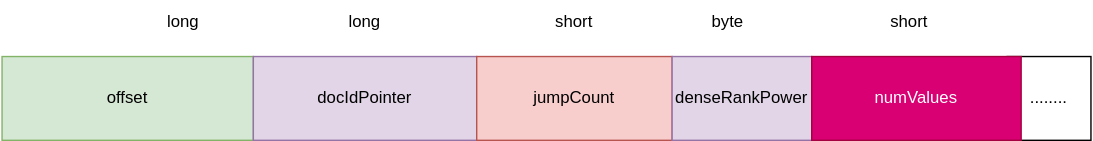
This is lucene/class/codecs/dvm-number.svg from liooyan/notes, a draw.io export, as it was before one commit. Source tidied: cells renumbered, new cells last; positions are measured from the earlier drawing's top-left corner, leaving out a move shared by most shapes. The source it was exported from:
```xml
<mxGraphModel>
  <root>
    <mxCell id="0" />
    <mxCell id="1" parent="0" />
    <mxCell id="2" value="offset" style="rounded=0;whiteSpace=wrap;html=1;fillColor=#d5e8d4;strokeColor=#82b366;" parent="1" vertex="1">
      <mxGeometry y="40" width="180" height="60" as="geometry" />
    </mxCell>
    <mxCell id="3" value="docIdPointer" style="rounded=0;whiteSpace=wrap;html=1;fillColor=#e1d5e7;strokeColor=#9673a6;" parent="1" vertex="1">
      <mxGeometry x="180" y="40" width="160" height="60" as="geometry" />
    </mxCell>
    <mxCell id="4" value="jumpCount" style="rounded=0;whiteSpace=wrap;html=1;fillColor=#f8cecc;strokeColor=#b85450;" parent="1" vertex="1">
      <mxGeometry x="340" y="40" width="140" height="60" as="geometry" />
    </mxCell>
    <mxCell id="5" value="long" style="text;html=1;strokeColor=none;fillColor=none;align=center;verticalAlign=middle;whiteSpace=wrap;rounded=0;" parent="1" vertex="1">
      <mxGeometry x="100" width="60" height="30" as="geometry" />
    </mxCell>
    <mxCell id="6" value="long" style="text;html=1;strokeColor=none;fillColor=none;align=center;verticalAlign=middle;whiteSpace=wrap;rounded=0;" parent="1" vertex="1">
      <mxGeometry x="230" width="60" height="30" as="geometry" />
    </mxCell>
    <mxCell id="7" value="short" style="text;html=1;strokeColor=none;fillColor=none;align=center;verticalAlign=middle;whiteSpace=wrap;rounded=0;" parent="1" vertex="1">
      <mxGeometry x="380" width="60" height="30" as="geometry" />
    </mxCell>
    <mxCell id="8" value="denseRankPower" style="rounded=0;whiteSpace=wrap;html=1;fillColor=#e1d5e7;strokeColor=#9673a6;" parent="1" vertex="1">
      <mxGeometry x="480" y="40" width="100" height="60" as="geometry" />
    </mxCell>
    <mxCell id="9" value="byte" style="text;html=1;strokeColor=none;fillColor=none;align=center;verticalAlign=middle;whiteSpace=wrap;rounded=0;" parent="1" vertex="1">
      <mxGeometry x="490" width="60" height="30" as="geometry" />
    </mxCell>
    <mxCell id="10" value="........" style="rounded=0;whiteSpace=wrap;html=1;" parent="1" vertex="1">
      <mxGeometry x="720" y="40" width="60" height="60" as="geometry" />
    </mxCell>
    <mxCell id="11" value="numValues" style="rounded=0;whiteSpace=wrap;html=1;fillColor=#d80073;strokeColor=#A50040;fontColor=#ffffff;" parent="1" vertex="1">
      <mxGeometry x="580" y="40" width="150" height="60" as="geometry" />
    </mxCell>
    <mxCell id="12" value="short" style="text;html=1;strokeColor=none;fillColor=none;align=center;verticalAlign=middle;whiteSpace=wrap;rounded=0;" parent="1" vertex="1">
      <mxGeometry x="620" width="60" height="30" as="geometry" />
    </mxCell>
  </root>
</mxGraphModel>
```
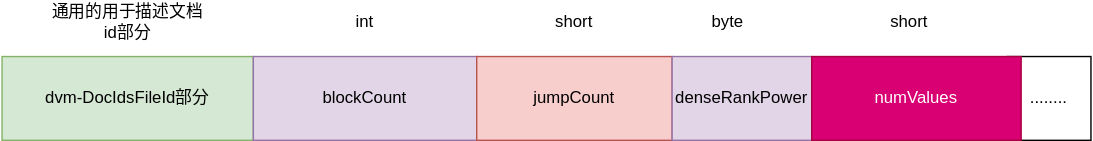
The same diagram one commit later.

The edit, as a diff of the source:
```diff
@@ -2,19 +2,19 @@
   <root>
     <mxCell id="0" />
     <mxCell id="1" parent="0" />
-    <mxCell id="2" value="offset" style="rounded=0;whiteSpace=wrap;html=1;fillColor=#d5e8d4;strokeColor=#82b366;" parent="1" vertex="1">
+    <mxCell id="2" value="dvm-DocIdsFileId部分" style="rounded=0;whiteSpace=wrap;html=1;fillColor=#d5e8d4;strokeColor=#82b366;" parent="1" vertex="1">
       <mxGeometry y="40" width="180" height="60" as="geometry" />
     </mxCell>
-    <mxCell id="3" value="docIdPointer" style="rounded=0;whiteSpace=wrap;html=1;fillColor=#e1d5e7;strokeColor=#9673a6;" parent="1" vertex="1">
+    <mxCell id="3" value="blockCount" style="rounded=0;whiteSpace=wrap;html=1;fillColor=#e1d5e7;strokeColor=#9673a6;" parent="1" vertex="1">
       <mxGeometry x="180" y="40" width="160" height="60" as="geometry" />
     </mxCell>
     <mxCell id="4" value="jumpCount" style="rounded=0;whiteSpace=wrap;html=1;fillColor=#f8cecc;strokeColor=#b85450;" parent="1" vertex="1">
       <mxGeometry x="340" y="40" width="140" height="60" as="geometry" />
     </mxCell>
-    <mxCell id="5" value="long" style="text;html=1;strokeColor=none;fillColor=none;align=center;verticalAlign=middle;whiteSpace=wrap;rounded=0;" parent="1" vertex="1">
-      <mxGeometry x="100" width="60" height="30" as="geometry" />
+    <mxCell id="5" value="通用的用于描述文档id部分" style="text;html=1;strokeColor=none;fillColor=none;align=center;verticalAlign=middle;whiteSpace=wrap;rounded=0;" parent="1" vertex="1">
+      <mxGeometry x="35" width="110" height="30" as="geometry" />
     </mxCell>
-    <mxCell id="6" value="long" style="text;html=1;strokeColor=none;fillColor=none;align=center;verticalAlign=middle;whiteSpace=wrap;rounded=0;" parent="1" vertex="1">
+    <mxCell id="6" value="int" style="text;html=1;strokeColor=none;fillColor=none;align=center;verticalAlign=middle;whiteSpace=wrap;rounded=0;" parent="1" vertex="1">
       <mxGeometry x="230" width="60" height="30" as="geometry" />
     </mxCell>
     <mxCell id="7" value="short" style="text;html=1;strokeColor=none;fillColor=none;align=center;verticalAlign=middle;whiteSpace=wrap;rounded=0;" parent="1" vertex="1">
```
